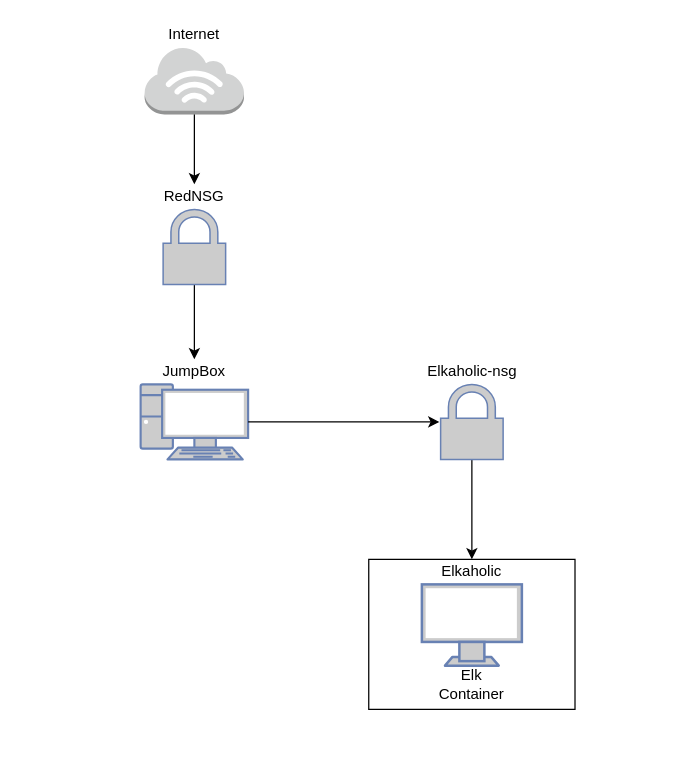
This is Untitled Diagram.drawio from Ltyner78/Network-project, a draw.io file, before an edit. Source tidied: cells renumbered, new cells numbered last; positions are measured from the earlier drawing's top-left corner, leaving out a move shared by most shapes. Both pictures are drawn from the tidied source at 125%, with x=0, y=0 at pixel (140, 21).
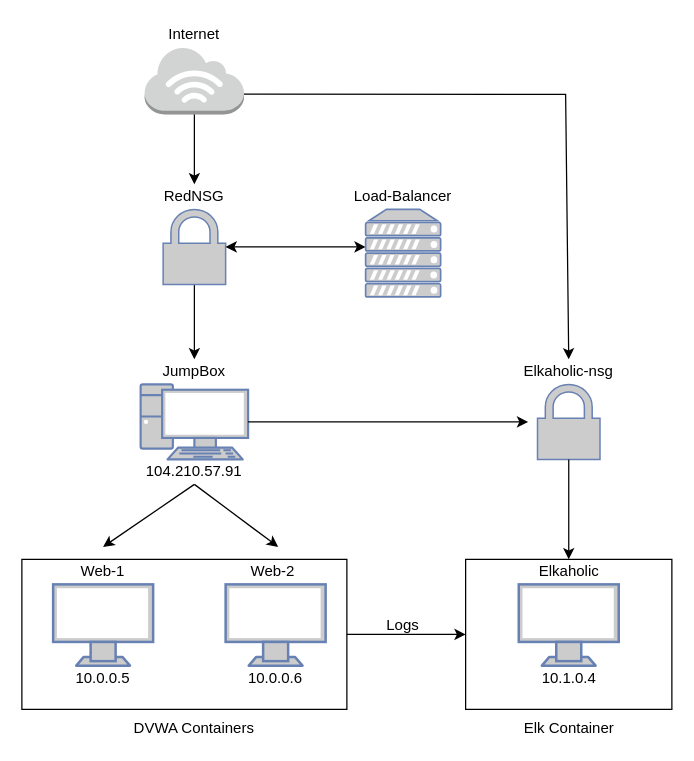
Above is the later version.

The change refers to these unchanged cells:
```xml
<mxCell id="6" style="outlineConnect=0;dashed=0;verticalLabelPosition=bottom;verticalAlign=top;align=center;html=1;shape=mxgraph.aws3.internet_3;fillColor=#D2D3D3;gradientColor=none;" parent="1" vertex="1">
  <mxGeometry x="3.2" y="20" width="79.5" height="54" as="geometry" />
</mxCell>
<mxCell id="7" style="fontColor=#0066CC;verticalAlign=top;verticalLabelPosition=bottom;labelPosition=center;align=center;html=1;outlineConnect=0;fillColor=#CCCCCC;strokeColor=#6881B3;gradientColor=none;gradientDirection=north;strokeWidth=2;shape=mxgraph.networks.secured;" parent="1" vertex="1">
  <mxGeometry x="18" y="150" width="50" height="60" as="geometry" />
</mxCell>
<mxCell id="8" style="fontColor=#0066CC;verticalAlign=top;verticalLabelPosition=bottom;labelPosition=center;align=center;html=1;outlineConnect=0;fillColor=#CCCCCC;strokeColor=#6881B3;gradientColor=none;gradientDirection=north;strokeWidth=2;shape=mxgraph.networks.pc;" parent="1" vertex="1">
  <mxGeometry y="290" width="86" height="60" as="geometry" />
</mxCell>
```

The edit, as a diff of the source:
```diff
@@
     <mxCell id="10" style="endArrow=classic;html=1;exitX=1;exitY=0.5;exitDx=0;exitDy=0;exitPerimeter=0;" parent="1" edge="1" source="8">
       <mxGeometry relative="1" as="geometry">
-        <mxPoint x="239" y="320" as="targetPoint" />
+        <mxPoint x="310" y="320" as="targetPoint" />
       </mxGeometry>
     </mxCell>
-    <mxCell id="11" style="edgeStyle=orthogonalEdgeStyle;rounded=0;jettySize=auto;html=1;exitX=0.5;exitY=1;exitDx=0;exitDy=0;exitPerimeter=0;" parent="1" edge="1" source="12">
-      <mxGeometry relative="1" as="geometry">
-        <mxPoint x="265" y="430" as="targetPoint" />
-      </mxGeometry>
-    </mxCell>
     <mxCell id="12" style="fontColor=#0066CC;verticalAlign=top;verticalLabelPosition=bottom;labelPosition=center;align=center;html=1;outlineConnect=0;fillColor=#CCCCCC;strokeColor=#6881B3;gradientColor=none;gradientDirection=north;strokeWidth=2;shape=mxgraph.networks.secured;" parent="1" vertex="1">
-      <mxGeometry x="240" y="290" width="50" height="60" as="geometry" />
+      <mxGeometry x="317.5" y="290" width="50" height="60" as="geometry" />
     </mxCell>
     <mxCell id="13" value="Elkaholic-nsg" style="text;html=1;strokeColor=none;fillColor=none;align=center;verticalAlign=middle;whiteSpace=wrap;rounded=0;" parent="1" vertex="1">
-      <mxGeometry x="222.5" y="270" width="85" height="20" as="geometry" />
+      <mxGeometry x="300" y="270" width="85" height="20" as="geometry" />
     </mxCell>
     <mxCell id="14" style="fontColor=#0066CC;verticalAlign=top;verticalLabelPosition=bottom;labelPosition=center;align=center;html=1;fillColor=#CCCCCC;strokeColor=#6881B3;gradientColor=none;gradientDirection=north;strokeWidth=2;shape=mxgraph.networks.monitor;" parent="1" vertex="1">
-      <mxGeometry x="225" y="450" width="80" height="65" as="geometry" />
+      <mxGeometry x="302.5" y="450" width="80" height="65" as="geometry" />
     </mxCell>
     <mxCell id="15" value="Elkaholic" style="text;html=1;strokeColor=none;fillColor=none;align=center;verticalAlign=middle;whiteSpace=wrap;rounded=0;" parent="1" vertex="1">
-      <mxGeometry x="245" y="430" width="40" height="20" as="geometry" />
+      <mxGeometry x="322.5" y="430" width="40" height="20" as="geometry" />
     </mxCell>
     <mxCell id="16" style="rounded=0;whiteSpace=wrap;html=1;gradientColor=#ffffff;fillColor=none;" parent="1" vertex="1">
-      <mxGeometry x="182.5" y="430" width="165" height="120" as="geometry" />
+      <mxGeometry x="260" y="430" width="165" height="120" as="geometry" />
     </mxCell>
     <mxCell id="17" value="Elk Container" style="text;html=1;strokeColor=none;fillColor=none;align=center;verticalAlign=middle;whiteSpace=wrap;rounded=0;" parent="1" vertex="1">
-      <mxGeometry x="245" y="520" width="40" height="20" as="geometry" />
+      <mxGeometry x="288.8" y="555" width="107.5" height="20" as="geometry" />
     </mxCell>
+    <mxCell id="18" style="endArrow=classic;html=1;" parent="1" edge="1">
+      <mxGeometry relative="1" as="geometry">
+        <mxPoint x="43" y="370" as="sourcePoint" />
+        <mxPoint x="110" y="420" as="targetPoint" />
+      </mxGeometry>
+    </mxCell>
+    <mxCell id="19" style="endArrow=classic;html=1;" parent="1" edge="1">
+      <mxGeometry relative="1" as="geometry">
+        <mxPoint x="43" y="370" as="sourcePoint" />
+        <mxPoint x="-30" y="420" as="targetPoint" />
+      </mxGeometry>
+    </mxCell>
+    <mxCell id="20" style="fontColor=#0066CC;verticalAlign=top;verticalLabelPosition=bottom;labelPosition=center;align=center;html=1;fillColor=#CCCCCC;strokeColor=#6881B3;gradientColor=none;gradientDirection=north;strokeWidth=2;shape=mxgraph.networks.monitor;" parent="1" vertex="1">
+      <mxGeometry x="68" y="450" width="80" height="65" as="geometry" />
+    </mxCell>
+    <mxCell id="21" style="fontColor=#0066CC;verticalAlign=top;verticalLabelPosition=bottom;labelPosition=center;align=center;html=1;fillColor=#CCCCCC;strokeColor=#6881B3;gradientColor=none;gradientDirection=north;strokeWidth=2;shape=mxgraph.networks.monitor;" parent="1" vertex="1">
+      <mxGeometry x="-70" y="450" width="80" height="65" as="geometry" />
+    </mxCell>
+    <mxCell id="22" value="Web-2" style="text;html=1;strokeColor=none;fillColor=none;align=center;verticalAlign=middle;whiteSpace=wrap;rounded=0;" parent="1" vertex="1">
+      <mxGeometry x="86" y="430" width="40" height="20" as="geometry" />
+    </mxCell>
+    <mxCell id="23" value="Web-1" style="text;html=1;strokeColor=none;fillColor=none;align=center;verticalAlign=middle;whiteSpace=wrap;rounded=0;" parent="1" vertex="1">
+      <mxGeometry x="-50" y="430" width="40" height="20" as="geometry" />
+    </mxCell>
+    <mxCell id="24" style="endArrow=classic;startArrow=classic;html=1;exitX=1;exitY=0.5;exitDx=0;exitDy=0;exitPerimeter=0;" parent="1" edge="1" source="7">
+      <mxGeometry relative="1" as="geometry">
+        <mxPoint x="180" y="180" as="targetPoint" />
+      </mxGeometry>
+    </mxCell>
+    <mxCell id="25" style="fontColor=#0066CC;verticalAlign=top;verticalLabelPosition=bottom;labelPosition=center;align=center;html=1;fillColor=#CCCCCC;strokeColor=#6881B3;gradientColor=none;gradientDirection=north;strokeWidth=2;shape=mxgraph.networks.server;" parent="1" vertex="1">
+      <mxGeometry x="180" y="150" width="60" height="70" as="geometry" />
+    </mxCell>
+    <mxCell id="26" value="Load-Balancer" style="text;html=1;strokeColor=none;fillColor=none;align=center;verticalAlign=middle;whiteSpace=wrap;rounded=0;" parent="1" vertex="1">
+      <mxGeometry x="165" y="130" width="90" height="20" as="geometry" />
+    </mxCell>
+    <mxCell id="27" style="rounded=0;whiteSpace=wrap;html=1;fillColor=none;gradientColor=#ffffff;" parent="1" vertex="1">
+      <mxGeometry x="-95" y="430" width="260" height="120" as="geometry" />
+    </mxCell>
+    <mxCell id="28" value="DVWA Containers" style="text;html=1;strokeColor=none;fillColor=none;align=center;verticalAlign=middle;whiteSpace=wrap;rounded=0;" parent="1" vertex="1">
+      <mxGeometry x="-12" y="555" width="110" height="20" as="geometry" />
+    </mxCell>
+    <mxCell id="29" style="endArrow=classic;html=1;exitX=1;exitY=0.5;exitDx=0;exitDy=0;entryX=0;entryY=0.5;entryDx=0;entryDy=0;" parent="1" edge="1" source="27" target="16">
+      <mxGeometry relative="1" as="geometry" />
+    </mxCell>
+    <mxCell id="30" value="Logs" style="text;html=1;strokeColor=none;fillColor=none;align=center;verticalAlign=middle;whiteSpace=wrap;rounded=0;" parent="1" vertex="1">
+      <mxGeometry x="190" y="472.5" width="40" height="20" as="geometry" />
+    </mxCell>
+    <mxCell id="31" style="endArrow=classic;html=1;exitX=1;exitY=0.7;exitDx=0;exitDy=0;exitPerimeter=0;entryX=0.5;entryY=0;entryDx=0;entryDy=0;rounded=0;" parent="1" edge="1" source="6" target="13">
+      <mxGeometry relative="1" as="geometry">
+        <Array as="points">
+          <mxPoint x="340" y="58" />
+        </Array>
+      </mxGeometry>
+    </mxCell>
+    <mxCell id="32" value="10.1.0.4" style="text;html=1;strokeColor=none;fillColor=none;align=center;verticalAlign=middle;whiteSpace=wrap;rounded=0;" parent="1" vertex="1">
+      <mxGeometry x="322.5" y="515" width="40" height="20" as="geometry" />
+    </mxCell>
+    <mxCell id="33" value="10.0.0.6" style="text;html=1;strokeColor=none;fillColor=none;align=center;verticalAlign=middle;whiteSpace=wrap;rounded=0;" parent="1" vertex="1">
+      <mxGeometry x="88" y="515" width="40" height="20" as="geometry" />
+    </mxCell>
+    <mxCell id="34" value="10.0.0.5" style="text;html=1;strokeColor=none;fillColor=none;align=center;verticalAlign=middle;whiteSpace=wrap;rounded=0;" parent="1" vertex="1">
+      <mxGeometry x="-50" y="515" width="40" height="20" as="geometry" />
+    </mxCell>
+    <mxCell id="35" value="104.210.57.91" style="text;html=1;strokeColor=none;fillColor=none;align=center;verticalAlign=middle;whiteSpace=wrap;rounded=0;" parent="1" vertex="1">
+      <mxGeometry x="23" y="350" width="40" height="20" as="geometry" />
+    </mxCell>
+    <mxCell id="36" style="endArrow=classic;html=1;exitX=0.5;exitY=1;exitDx=0;exitDy=0;exitPerimeter=0;entryX=0.5;entryY=0;entryDx=0;entryDy=0;strokeWidth=1;" parent="1" edge="1" source="12" target="16">
+      <mxGeometry relative="1" as="geometry" />
+    </mxCell>
```
